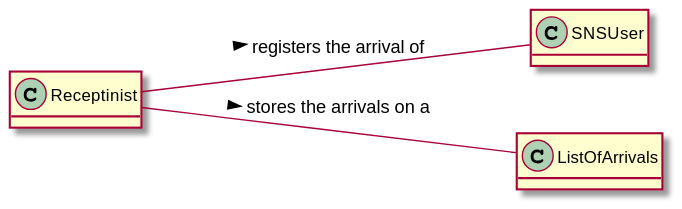
Pirussa/lei-22-s2-1da-g02 keeps this PlantUML diagram as docs/SprintC/US004/US004_MD.svg. Above is the earlier version. Source of this version:
```plantuml
@startuml
hide methods
left to right direction
skinparam classAttributeIconSize 0


class Receptinist

class SNSUser

class ListOfArrivals


Receptinist --- SNSUser : registers the arrival of >
Receptinist --- ListOfArrivals : stores the arrivals on a >



@enduml
```
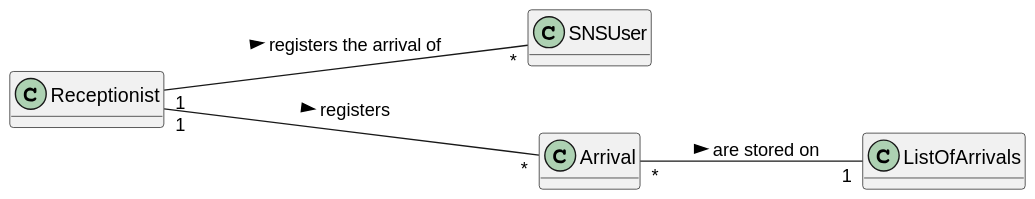
The same file after the commit.

Commit message:
US004 - Design - Changes and improvements on all the diagrams Implementation - Change method checkIfAlreadyRegistered from the Arrival class to the VaccinationCenter.

The edit, as a diff of the source:
```diff
@@ -4,16 +4,18 @@
 skinparam classAttributeIconSize 0
 
 
-class Receptinist
+class Receptionist
 
 class SNSUser
 
 class ListOfArrivals
 
+class Arrival
 
-Receptinist --- SNSUser : registers the arrival of >
-Receptinist --- ListOfArrivals : stores the arrivals on a >
 
+Receptionist "1" --- "*" SNSUser : registers the arrival of >
+Receptionist "1" --- "*" Arrival : registers >
+Arrival "*" -- "1" ListOfArrivals : are stored on >
 
 
 @enduml
```
